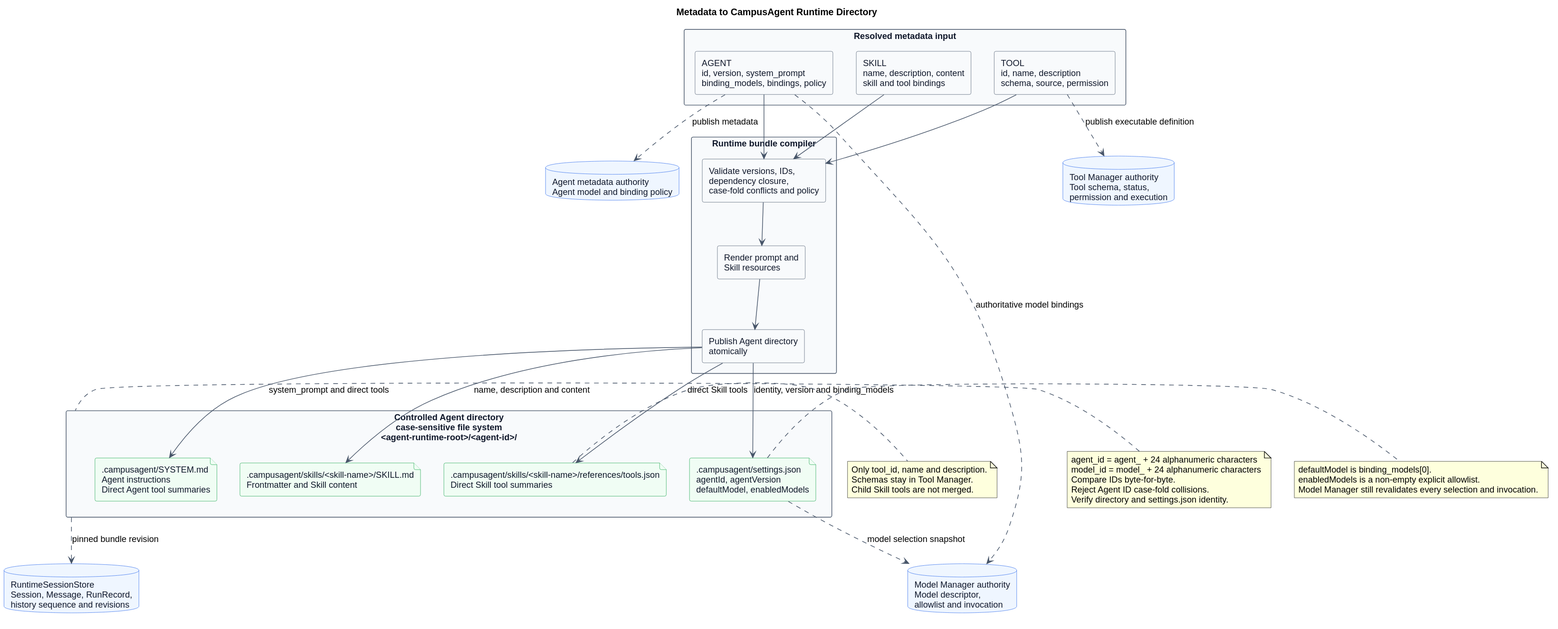
This is pi-mono-java-manager-driven-multi-agent-runtime/metadata_runtime_directory_mapping.svg from ssm0808/pi-mono-java-design, a PlantUML export, as it was before one commit.
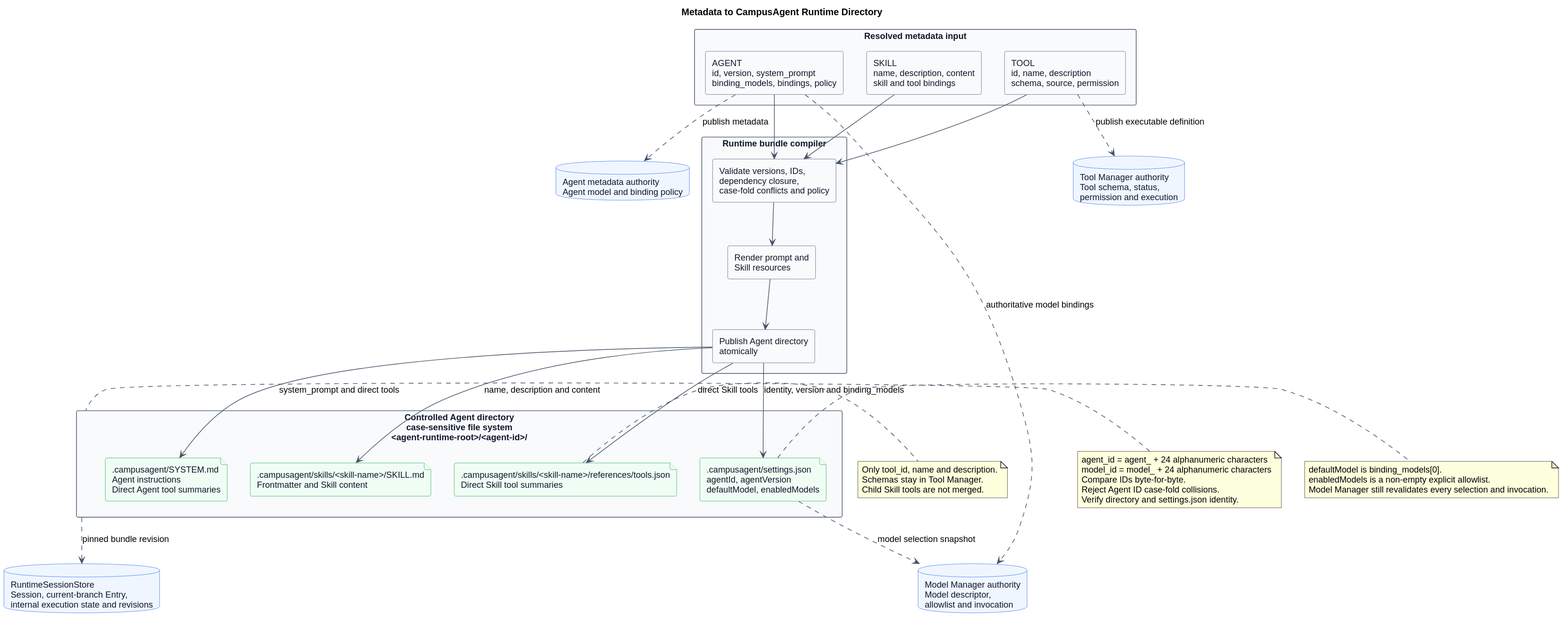
After the change.

What changed in the source:
```diff
@@ -45,7 +45,7 @@
 database "Agent metadata authority\nAgent model and binding policy" as AgentAuthority
 database "Tool Manager authority\nTool schema, status,\npermission and execution" as ToolManager
 database "Model Manager authority\nModel descriptor,\nallowlist and invocation" as ModelManager
-database "RuntimeSessionStore\nSession, Message, RunRecord,\nhistory sequence and revisions" as SessionStore
+database "RuntimeSessionStore\nSession, current-branch Entry,\ninternal execution state and revisions" as SessionStore
 
 AgentMetadata --> Validate
 SkillMetadata --> Validate
```
